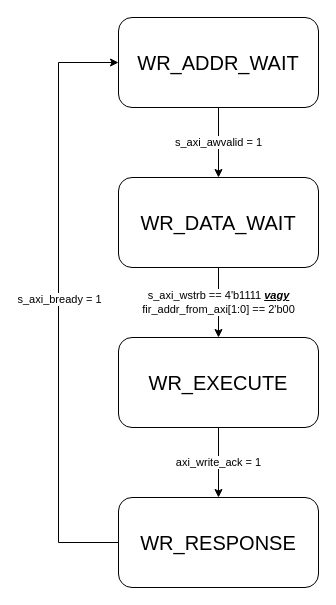
Earlier version of the draw.io diagram fir_axi_if_wr.drawio (lecsaaa/lecsaaa). Source tidied: cells renumbered, new cells numbered last; positions are measured from the earlier drawing's top-left corner, leaving out a move shared by most shapes. Both pictures are drawn from the tidied source at 100%, with x=0, y=0 at pixel (58, 17).
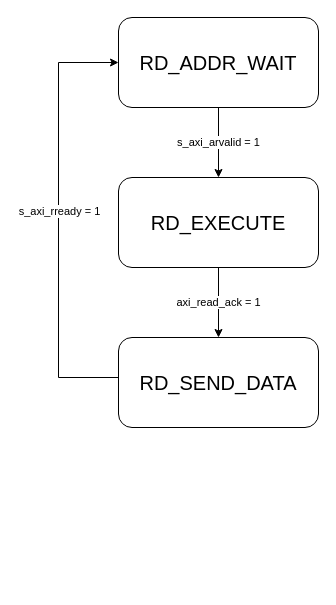
The same diagram, later.

The edit, as a diff of the source:
```diff
@@
 <mxGraphModel>
   <root>
     <mxCell id="0" />
     <mxCell id="1" parent="0" />
-    <mxCell id="2" value="s_axi_awvalid = 1" style="edgeStyle=orthogonalEdgeStyle;rounded=0;jettySize=auto;html=1;exitX=0.5;exitY=1;exitDx=0;exitDy=0;entryX=0.5;entryY=0;entryDx=0;entryDy=0;" parent="1" edge="1" source="3" target="10">
+    <mxCell id="2" value="s_axi_arvalid = 1" style="edgeStyle=orthogonalEdgeStyle;rounded=0;jettySize=auto;html=1;exitX=0.5;exitY=1;exitDx=0;exitDy=0;entryX=0.5;entryY=0;entryDx=0;entryDy=0;" parent="1" edge="1" source="3" target="10">
       <mxGeometry relative="1" as="geometry" />
     </mxCell>
-    <mxCell id="3" value="&lt;font style=&quot;font-size: 20px;&quot;&gt;WR_ADDR_WAIT&lt;/font&gt;" style="rounded=1;whiteSpace=wrap;html=1;" parent="1" vertex="1">
+    <mxCell id="3" value="&lt;font style=&quot;font-size: 20px;&quot;&gt;RD_ADDR_WAIT&lt;/font&gt;" style="rounded=1;whiteSpace=wrap;html=1;" parent="1" vertex="1">
       <mxGeometry x="60" width="200" height="90" as="geometry" />
     </mxCell>
-    <mxCell id="4" style="edgeStyle=orthogonalEdgeStyle;rounded=0;jettySize=auto;html=1;entryX=0;entryY=0.5;entryDx=0;entryDy=0;" parent="1" edge="1" source="6" target="3">
+    <mxCell id="4" style="edgeStyle=orthogonalEdgeStyle;rounded=0;jettySize=auto;html=1;entryX=0;entryY=0.5;entryDx=0;entryDy=0;exitX=0;exitY=0.5;exitDx=0;exitDy=0;" parent="1" edge="1" source="8" target="3">
       <mxGeometry relative="1" as="geometry">
         <Array as="points">
-          <mxPoint y="525" />
+          <mxPoint x="60" y="360" />
+          <mxPoint y="360" />
           <mxPoint y="45" />
         </Array>
       </mxGeometry>
     </mxCell>
-    <mxCell id="5" value="s_axi_bready = 1" style="edgeLabel;html=1;align=center;verticalAlign=middle;" parent="4" vertex="1">
+    <mxCell id="5" value="s_axi_rready = 1" style="edgeLabel;html=1;align=center;verticalAlign=middle;" parent="4" vertex="1">
       <mxGeometry x="-0.1" y="3" relative="1" as="geometry">
         <mxPoint x="3" y="-34" as="offset" />
       </mxGeometry>
     </mxCell>
-    <mxCell id="6" value="&lt;font style=&quot;font-size: 20px;&quot;&gt;WR_RESPONSE&lt;/font&gt;" style="rounded=1;whiteSpace=wrap;html=1;" parent="1" vertex="1">
-      <mxGeometry x="60" y="480" width="200" height="90" as="geometry" />
-    </mxCell>
-    <mxCell id="7" value="axi_write_ack = 1" style="edgeStyle=orthogonalEdgeStyle;rounded=0;jettySize=auto;html=1;exitX=0.5;exitY=1;exitDx=0;exitDy=0;entryX=0.5;entryY=0;entryDx=0;entryDy=0;" parent="1" edge="1" source="8" target="6">
+    <mxCell id="7" value="axi_read_ack = 1" style="edgeStyle=orthogonalEdgeStyle;rounded=0;jettySize=auto;html=1;exitX=0.5;exitY=1;exitDx=0;exitDy=0;entryX=0.5;entryY=0;entryDx=0;entryDy=0;" parent="1" edge="1" source="10" target="8">
       <mxGeometry relative="1" as="geometry" />
     </mxCell>
-    <mxCell id="8" value="&lt;font style=&quot;font-size: 20px;&quot;&gt;WR_EXECUTE&lt;/font&gt;" style="rounded=1;whiteSpace=wrap;html=1;" parent="1" vertex="1">
+    <mxCell id="8" value="&lt;font style=&quot;font-size: 20px;&quot;&gt;RD_SEND_DATA&lt;/font&gt;" style="rounded=1;whiteSpace=wrap;html=1;" parent="1" vertex="1">
       <mxGeometry x="60" y="320" width="200" height="90" as="geometry" />
     </mxCell>
-    <mxCell id="9" value="s_axi_wstrb == 4'b1111 &lt;b&gt;&lt;i&gt;&lt;u&gt;vagy &lt;/u&gt;&lt;/i&gt;&lt;/b&gt;&lt;br&gt;fir_addr_from_axi[1:0] == 2'b00" style="edgeStyle=orthogonalEdgeStyle;rounded=0;jettySize=auto;html=1;exitX=0.5;exitY=1;exitDx=0;exitDy=0;entryX=0.5;entryY=0;entryDx=0;entryDy=0;" parent="1" edge="1" source="10" target="8">
-      <mxGeometry relative="1" as="geometry">
-        <Array as="points">
-          <mxPoint x="160" y="280" />
-          <mxPoint x="160" y="280" />
-        </Array>
-      </mxGeometry>
-    </mxCell>
-    <mxCell id="10" value="&lt;font style=&quot;font-size: 20px;&quot;&gt;WR_DATA_WAIT&lt;/font&gt;" style="rounded=1;whiteSpace=wrap;html=1;" parent="1" vertex="1">
+    <mxCell id="10" value="&lt;font style=&quot;font-size: 20px;&quot;&gt;RD_EXECUTE&lt;/font&gt;" style="rounded=1;whiteSpace=wrap;html=1;" parent="1" vertex="1">
       <mxGeometry x="60" y="160" width="200" height="90" as="geometry" />
     </mxCell>
   </root>
 </mxGraphModel>
```
